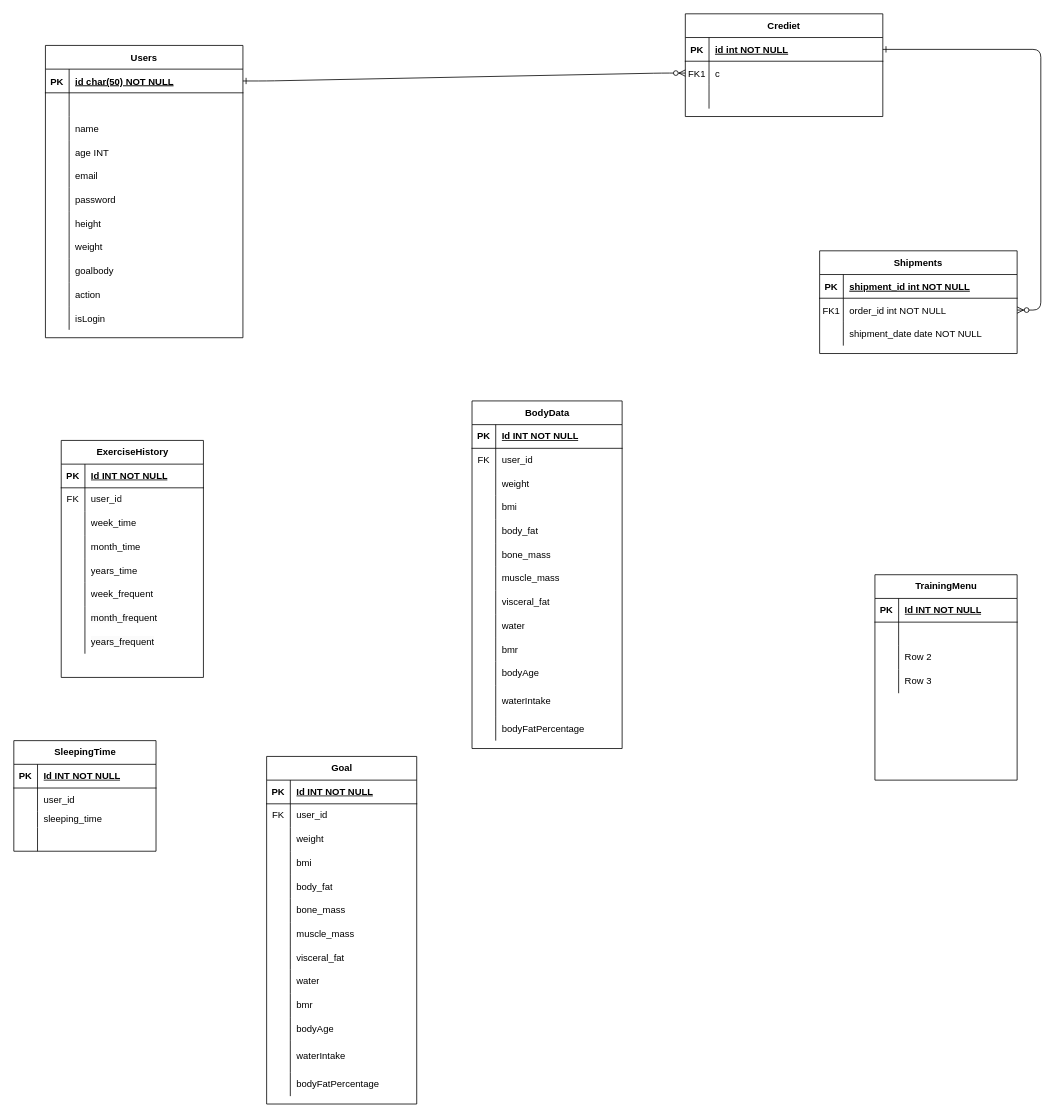
git-take777/menhealth-app_backend keeps this draw.io diagram as 名称未設定ファイル.drawio. Above is the earlier version. Source tidied: cells renumbered, new cells numbered last; positions are measured from the earlier drawing's top-left corner, leaving out a move shared by most shapes. Both pictures are drawn from the tidied source at 79%, with x=0, y=0 at pixel (13, 13).
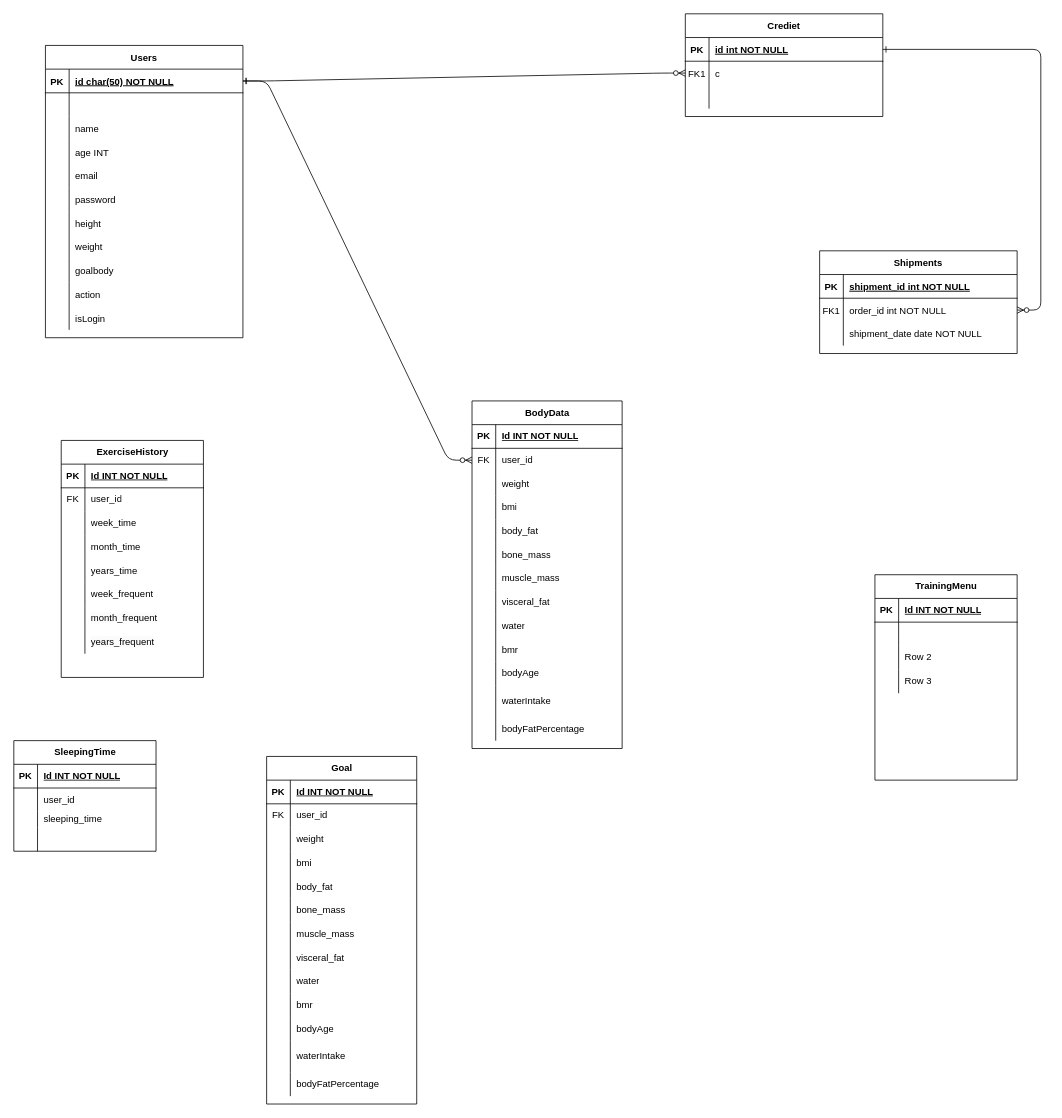
After the change.

Commit message:
名称未設定ファイル.drawio を更新します

The change refers to these unchanged cells:
```xml
<mxCell id="62" style="shape=tableRow;horizontal=0;startSize=0;swimlaneHead=0;swimlaneBody=0;fillColor=none;points=[[0,0.5],[1,0.5]];portConstraint=eastwest;top=0;left=0;right=0;bottom=0;" parent="58" vertex="1">
  <mxGeometry y="60" width="190" height="30" as="geometry" />
</mxCell>
```

Change to the diagram source:
```diff
@@
+    <mxCell id="190" style="edgeStyle=entityRelationEdgeStyle;endArrow=ERzeroToMany;startArrow=ERone;endFill=1;startFill=0;entryX=0;entryY=0.5;entryDx=0;entryDy=0;" parent="1" edge="1" target="62">
+      <mxGeometry relative="1" as="geometry">
+        <mxPoint x="290" y="85" as="sourcePoint" />
+      </mxGeometry>
+    </mxCell>
```
